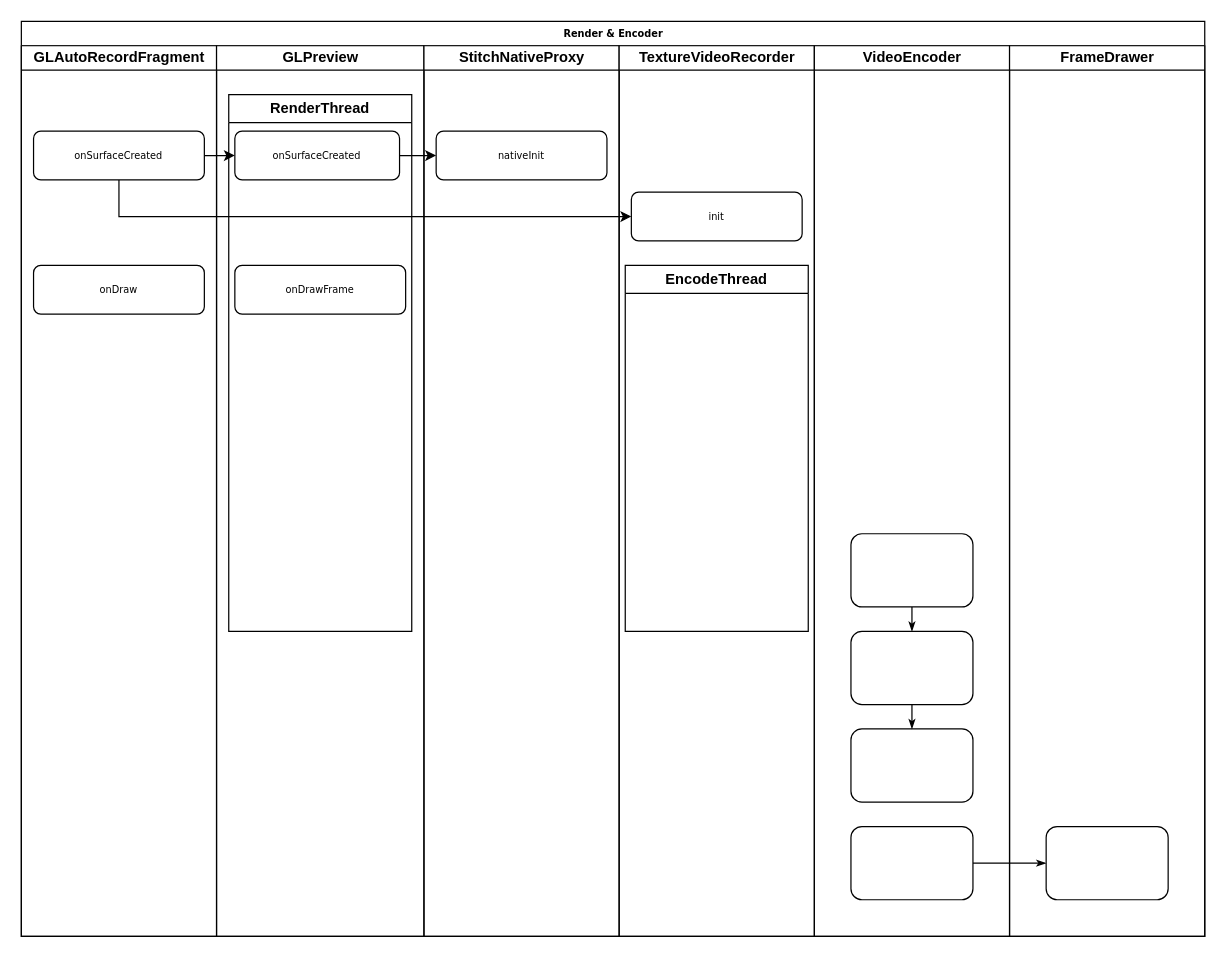
Above: RenderFlow.drawio in z360394624/design (draw.io), before the change. Source tidied: cells renumbered, new cells numbered last; positions are measured from the earlier drawing's top-left corner, leaving out a move shared by most shapes. Both pictures are drawn from the tidied source at 122%, with x=0, y=0 at pixel (21, 21).
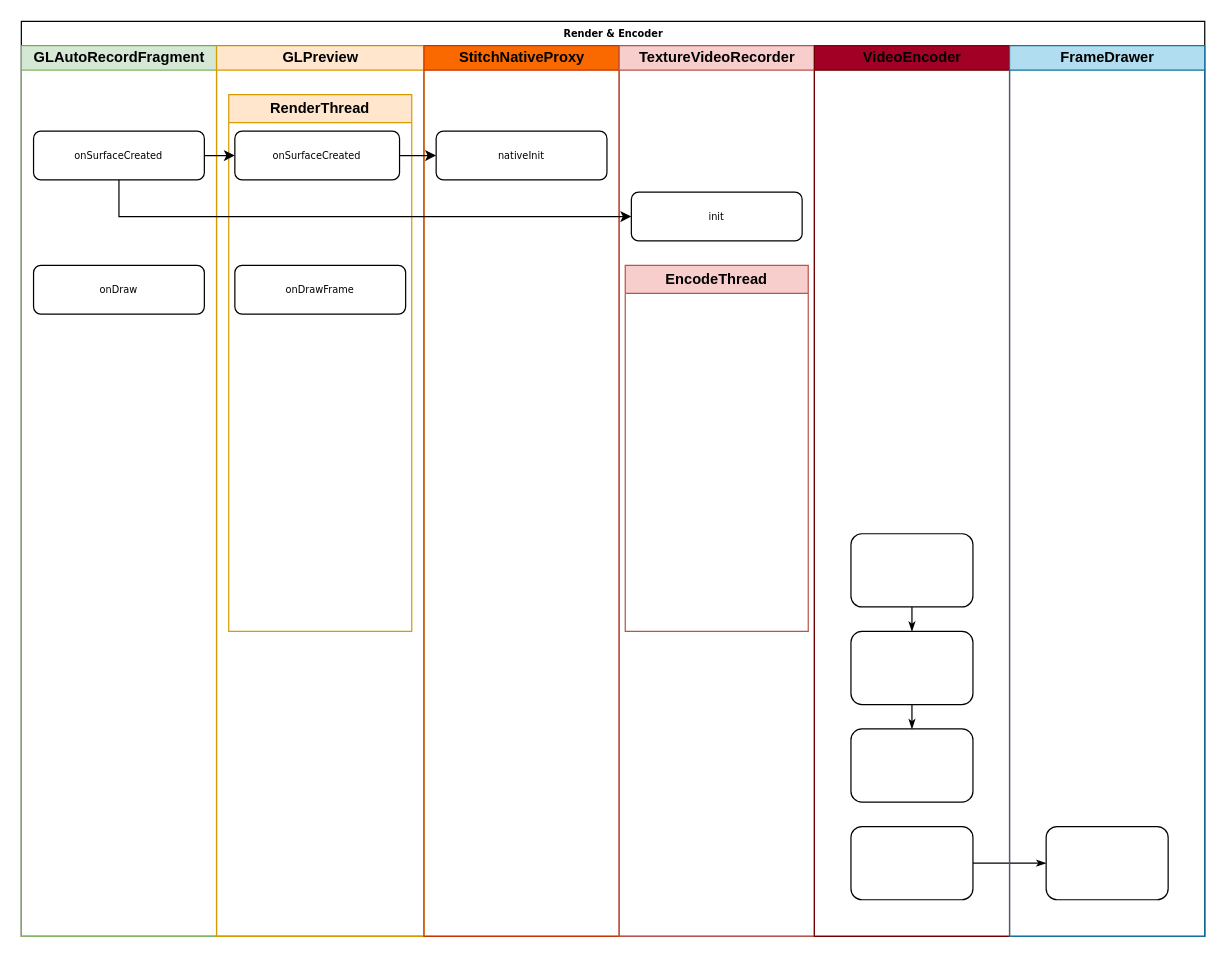
The same page after the edit.

The change refers to these unchanged cells:
```xml
<mxCell id="2" value="Render &amp;amp; Encoder" style="swimlane;html=1;startSize=20;rounded=0;shadow=0;labelBackgroundColor=none;strokeWidth=1;fontFamily=Verdana;fontSize=8;align=center;" parent="1" vertex="1">
  <mxGeometry width="970" height="750" as="geometry" />
</mxCell>
```

The edit, as a diff of the source:
```diff
@@
-    <mxCell id="3" value="GLAutoRecordFragment" style="swimlane;html=1;startSize=20;" parent="2" vertex="1">
+    <mxCell id="3" value="GLAutoRecordFragment" style="swimlane;html=1;startSize=20;fillColor=#d5e8d4;strokeColor=#82b366;" parent="2" vertex="1">
       <mxGeometry y="20" width="160" height="730" as="geometry" />
     </mxCell>
@@
-    <mxCell id="7" value="GLPreview" style="swimlane;html=1;startSize=20;" parent="2" vertex="1">
+    <mxCell id="7" value="GLPreview" style="swimlane;html=1;startSize=20;fillColor=#ffe6cc;strokeColor=#d79b00;" parent="2" vertex="1">
       <mxGeometry x="160" y="20" width="170" height="730" as="geometry" />
     </mxCell>
-    <mxCell id="8" value="RenderThread" style="swimlane;whiteSpace=wrap;html=1;" parent="7" vertex="1">
+    <mxCell id="8" value="RenderThread" style="swimlane;whiteSpace=wrap;html=1;fillColor=#ffe6cc;strokeColor=#d79b00;" parent="7" vertex="1">
       <mxGeometry x="10" y="40" width="150" height="440" as="geometry" />
     </mxCell>
@@
-    <mxCell id="11" value="StitchNativeProxy" style="swimlane;html=1;startSize=20;" parent="2" vertex="1">
+    <mxCell id="11" value="StitchNativeProxy" style="swimlane;html=1;startSize=20;fillColor=#fa6800;strokeColor=#C73500;fontColor=#000000;" parent="2" vertex="1">
       <mxGeometry x="330" y="20" width="160" height="730" as="geometry" />
     </mxCell>
@@
-    <mxCell id="13" value="TextureVideoRecorder" style="swimlane;html=1;startSize=20;" parent="2" vertex="1">
+    <mxCell id="13" value="TextureVideoRecorder" style="swimlane;html=1;startSize=20;fillColor=#f8cecc;strokeColor=#b85450;" parent="2" vertex="1">
       <mxGeometry x="490" y="20" width="160" height="730" as="geometry" />
     </mxCell>
-    <mxCell id="14" value="EncodeThread" style="swimlane;whiteSpace=wrap;html=1;" parent="13" vertex="1">
+    <mxCell id="14" value="EncodeThread" style="swimlane;whiteSpace=wrap;html=1;fillColor=#f8cecc;strokeColor=#b85450;" parent="13" vertex="1">
       <mxGeometry x="5" y="180" width="150" height="300" as="geometry" />
     </mxCell>
@@
-    <mxCell id="16" value="VideoEncoder" style="swimlane;html=1;startSize=20;" parent="2" vertex="1">
+    <mxCell id="16" value="VideoEncoder" style="swimlane;html=1;startSize=20;fillColor=#a20025;strokeColor=#6F0000;fontColor=#000000;" parent="2" vertex="1">
       <mxGeometry x="650" y="20" width="160" height="730" as="geometry" />
     </mxCell>
@@
-    <mxCell id="23" value="FrameDrawer" style="swimlane;html=1;startSize=20;" parent="2" vertex="1">
+    <mxCell id="23" value="FrameDrawer" style="swimlane;html=1;startSize=20;fillColor=#b1ddf0;strokeColor=#10739e;" parent="2" vertex="1">
       <mxGeometry x="810" y="20" width="160" height="730" as="geometry" />
     </mxCell>
```
